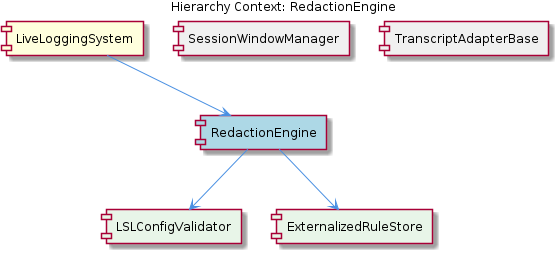
fwornle/coding keeps this PlantUML diagram as knowledge-management/insights/images/redaction-engine-relationship.png. Above is the earlier version. Its source is kept beside it as .data/knowledge-graph/insights/puml/redaction-engine-relationship.puml.
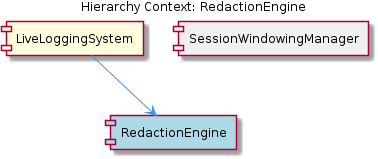
The same file after the commit.

Diff of the diagram source:
```diff
@@ -5,15 +5,9 @@
 
 [LiveLoggingSystem] as live_logging_system #FFFFDD
 [RedactionEngine] as redaction_engine #LightBlue
-[SessionWindowManager] as session_window_manager #F0F0F0
-[TranscriptAdapterBase] as transcript_adapter_base #F0F0F0
-[LSLConfigValidator] as lslconfig_validator #E8F5E8
-[ExternalizedRuleStore] as externalized_rule_store #E8F5E8
+[SessionWindowingManager] as session_windowing_manager #F0F0F0
 
 live_logging_system --> redaction_engine
-session_window_manager -[hidden]- redaction_engine
-transcript_adapter_base -[hidden]- redaction_engine
-redaction_engine --> lslconfig_validator
-redaction_engine --> externalized_rule_store
+session_windowing_manager -[hidden]- redaction_engine
 
 @enduml
```
